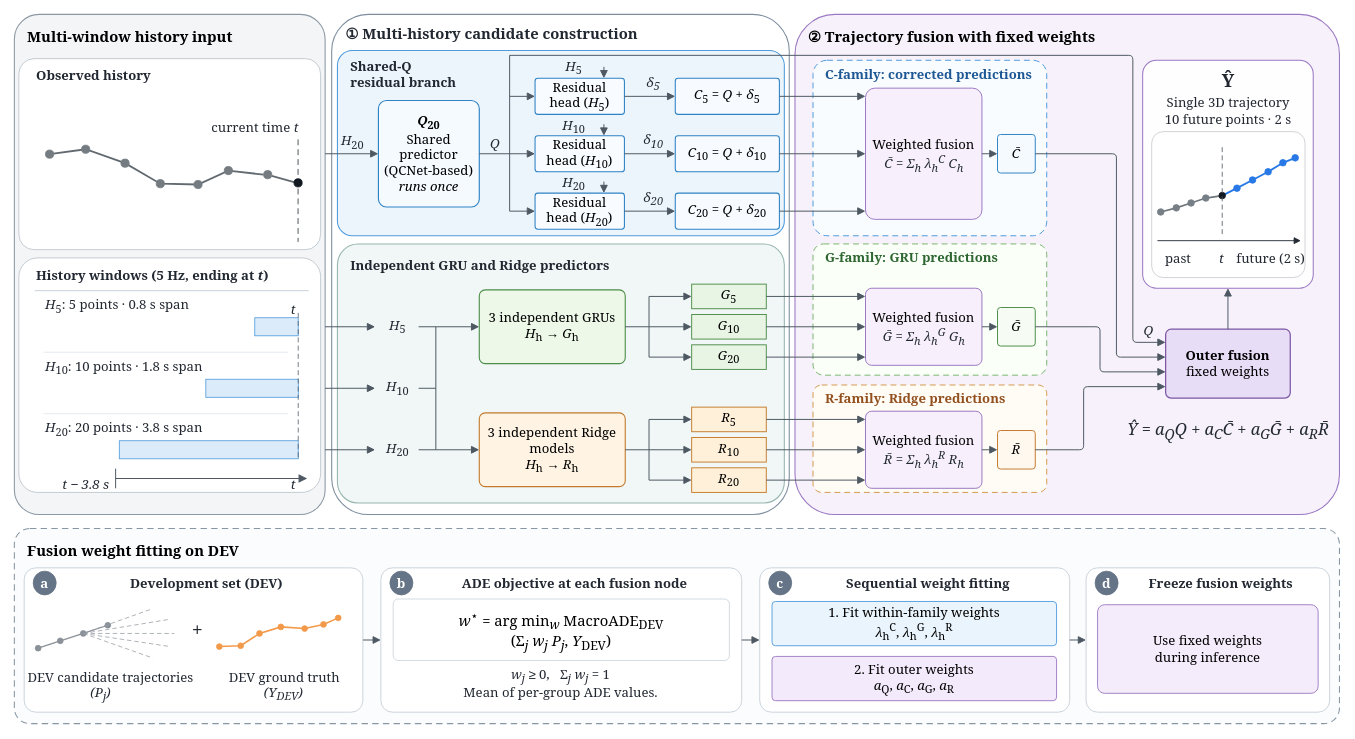
Before: 研究生论文/B_architecture_final.drawio in eamonyuuzen/diagrams, a draw.io diagram. Source tidied: cells renumbered, new cells numbered last; positions are measured from the earlier drawing's top-left corner, leaving out a move shared by most shapes. Both pictures are drawn from the tidied source at 82%, with x=0, y=0 at pixel (14, 14).
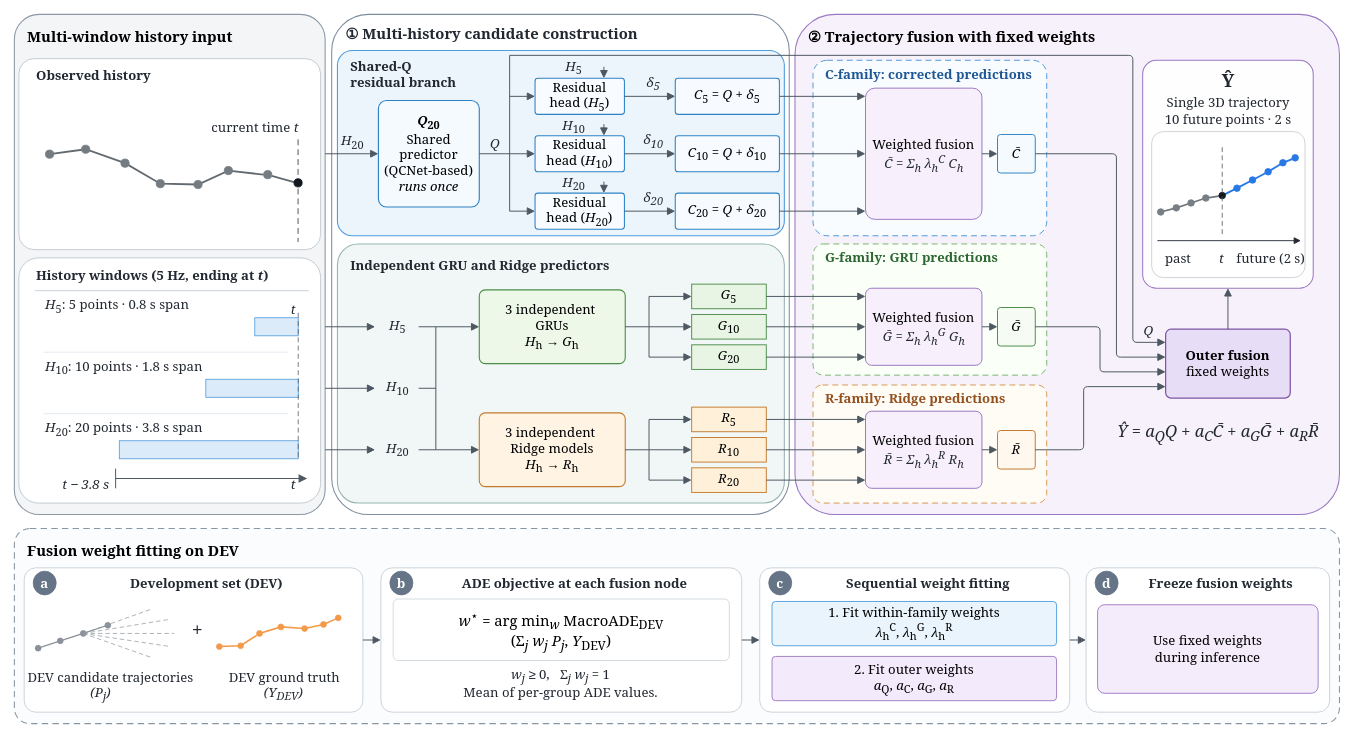
After the change.

What changed in the source:
```diff
@@
     <mxCell id="9" style="whiteSpace=wrap;html=1;fillColor=#FFFFFF;strokeColor=#C3CBD2;strokeWidth=1.2;fontFamily=Georgia;fontSize=13;fontStyle=0;align=center;verticalAlign=middle;rounded=1;arcSize=8;" parent="1" vertex="1">
-      <mxGeometry x="5.5" y="297" width="368" height="286" as="geometry" />
+      <mxGeometry x="5.5" y="297" width="368" height="299" as="geometry" />
     </mxCell>
@@
-    <mxCell id="67" value="3 independent GRUs&lt;br&gt;&lt;i&gt;H&lt;/i&gt;&lt;sub&gt;h&lt;/sub&gt; → &lt;i&gt;G&lt;/i&gt;&lt;sub&gt;h&lt;/sub&gt;" style="whiteSpace=wrap;html=1;fillColor=#EDF8E8;strokeColor=#4D8D4A;strokeWidth=1.35;fontFamily=Georgia;fontStyle=0;align=center;verticalAlign=middle;rounded=1;arcSize=8;fontSize=16;" parent="1" vertex="1">
+    <mxCell id="67" value="3 independent&amp;nbsp;&lt;div&gt;&lt;span style=&quot;background-color: transparent; color: light-dark(#000000, var(--ge-light-color, #ffffff));&quot;&gt;GRUs&lt;/span&gt;&lt;/div&gt;&lt;div&gt;&lt;i&gt;H&lt;/i&gt;&lt;sub&gt;h&lt;/sub&gt; → &lt;i&gt;G&lt;/i&gt;&lt;sub&gt;h&lt;/sub&gt;&lt;/div&gt;" style="whiteSpace=wrap;html=1;fillColor=#EDF8E8;strokeColor=#4D8D4A;strokeWidth=1.35;fontFamily=Georgia;fontStyle=0;align=center;verticalAlign=middle;rounded=1;arcSize=8;fontSize=16;" parent="1" vertex="1">
       <mxGeometry x="567" y="336" width="178" height="90" as="geometry" />
     </mxCell>
-    <mxCell id="68" value="3 independent Ridge models&lt;br&gt;&lt;i&gt;H&lt;/i&gt;&lt;sub&gt;h&lt;/sub&gt; → &lt;i&gt;R&lt;/i&gt;&lt;sub&gt;h&lt;/sub&gt;" style="whiteSpace=wrap;html=1;fillColor=#FFF4E4;strokeColor=#C47A2C;strokeWidth=1.35;fontFamily=Georgia;fontStyle=0;align=center;verticalAlign=middle;rounded=1;arcSize=8;fontSize=16;" parent="1" vertex="1">
+    <mxCell id="68" value="3 independent&amp;nbsp;&lt;div&gt;Ridge models&lt;br&gt;&lt;i&gt;H&lt;/i&gt;&lt;sub&gt;h&lt;/sub&gt; → &lt;i&gt;R&lt;/i&gt;&lt;sub&gt;h&lt;/sub&gt;&lt;/div&gt;" style="whiteSpace=wrap;html=1;fillColor=#FFF4E4;strokeColor=#C47A2C;strokeWidth=1.35;fontFamily=Georgia;fontStyle=0;align=center;verticalAlign=middle;rounded=1;arcSize=8;fontSize=16;" parent="1" vertex="1">
       <mxGeometry x="567" y="486" width="178" height="90" as="geometry" />
     </mxCell>
@@
     <mxCell id="88" style="whiteSpace=wrap;html=1;fillColor=#FFFBF5;strokeColor=#D59A50;strokeWidth=1.2;fontFamily=Georgia;fontSize=12;fontStyle=0;align=True;verticalAlign=middle;rounded=1;arcSize=8;dashed=1;dashPattern=6 4;" parent="1" vertex="1">
-      <mxGeometry x="974" y="452" width="285" height="131" as="geometry" />
+      <mxGeometry x="974" y="452" width="285" height="144" as="geometry" />
     </mxCell>
@@
     <mxCell id="139" value="Ŷ = a&lt;sub&gt;Q&lt;/sub&gt;Q + a&lt;sub&gt;C&lt;/sub&gt;C̄ + a&lt;sub&gt;G&lt;/sub&gt;Ḡ + a&lt;sub&gt;R&lt;/sub&gt;R̄" style="text;html=1;strokeColor=none;fillColor=none;align=center;verticalAlign=middle;fontFamily=Georgia;fontColor=#222831;fontStyle=2;fontSize=20;" parent="1" vertex="1">
-      <mxGeometry x="1344" y="483" width="272" height="48" as="geometry" />
+      <mxGeometry x="1332" y="486" width="272" height="48" as="geometry" />
     </mxCell>
```
